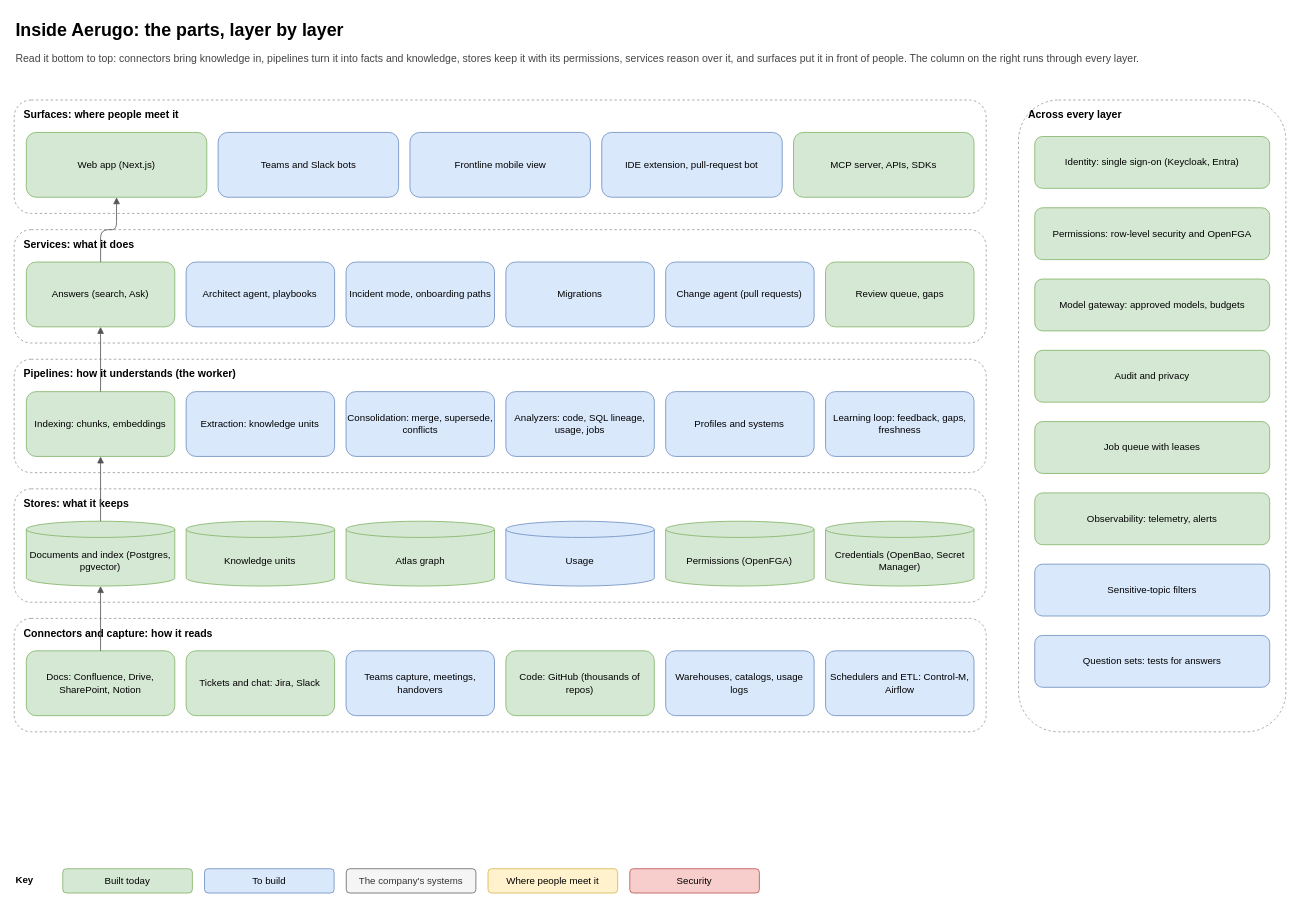
The draw.io diagram page "2. Components" (2 of 10) of docs/architecture/aerugo-architecture.drawio in aerugo-hq/aerugo-self-host, before the edit. Source tidied: cells renumbered, new cells numbered last; positions are measured from the earlier drawing's top-left corner, leaving out a move shared by most shapes. Both pictures are drawn from the tidied source at 81%, with x=0, y=0 at pixel (14, 14).
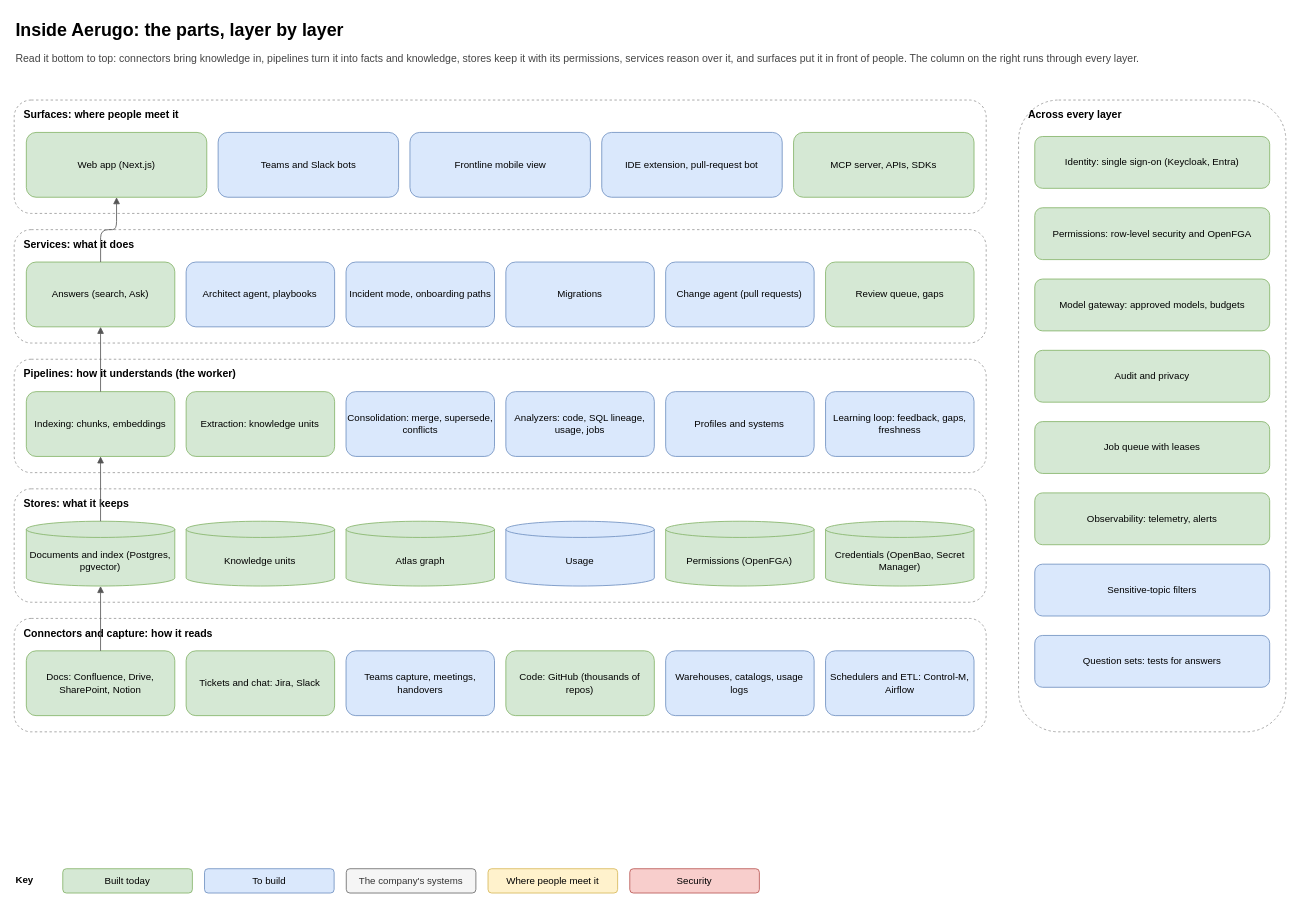
Above is the later version.

Commit message (it also covers changes not shown here):
F2: the record, F2 ticked, and the diagram's extraction built

The edit, as a diff of the source:
```diff
@@
-    <mxCell id="19" value="Extraction: knowledge units" style="rounded=1;whiteSpace=wrap;html=1;fillColor=#dae8fc;strokeColor=#6c8ebf;fontSize=12;" parent="1" vertex="1">
+    <mxCell id="19" value="Extraction: knowledge units" style="rounded=1;whiteSpace=wrap;html=1;fillColor=#d5e8d4;strokeColor=#82b366;fontSize=12;" parent="1" vertex="1">
       <mxGeometry x="212.3" y="466" width="183.3" height="80" as="geometry" />
     </mxCell>
```
